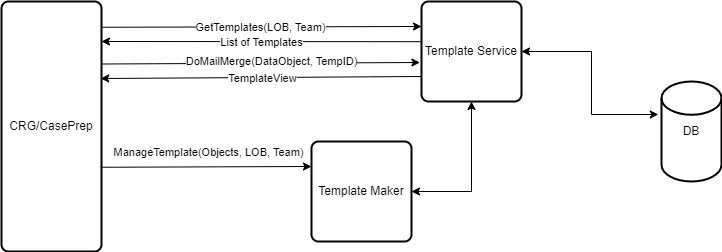
Before: Untitled Diagram.drawio.png, a diagram exported from draw.io (saravatpt/optumstufs). Source tidied: cells renumbered, new cells last; positions are measured from the earlier drawing's top-left corner, leaving out a move shared by most shapes.
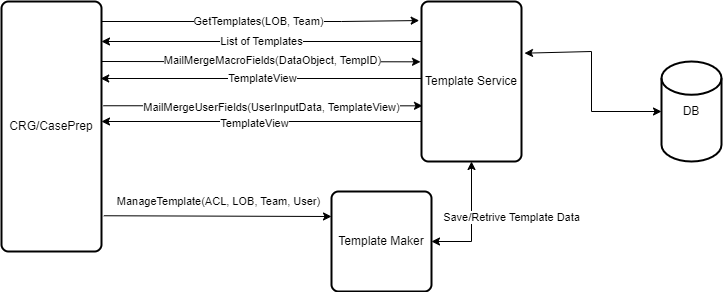
The same file after the commit.

Change to the diagram source:
```diff
@@ -6,15 +6,15 @@
       <mxGeometry width="100" height="250" as="geometry" />
     </mxCell>
     <mxCell id="3" value="DB" style="strokeWidth=2;html=1;shape=mxgraph.flowchart.database;whiteSpace=wrap;" parent="1" vertex="1">
-      <mxGeometry x="660" y="80" width="60" height="100" as="geometry" />
+      <mxGeometry x="660" y="60" width="60" height="100" as="geometry" />
     </mxCell>
     <mxCell id="4" value="Template Service" style="rounded=1;whiteSpace=wrap;html=1;absoluteArcSize=1;arcSize=14;strokeWidth=2;" parent="1" vertex="1">
-      <mxGeometry x="420" width="100" height="100" as="geometry" />
+      <mxGeometry x="420" width="100" height="160" as="geometry" />
     </mxCell>
     <mxCell id="5" value="Template Maker" style="rounded=1;whiteSpace=wrap;html=1;absoluteArcSize=1;arcSize=14;strokeWidth=2;" parent="1" vertex="1">
-      <mxGeometry x="310" y="140" width="100" height="100" as="geometry" />
+      <mxGeometry x="330" y="190" width="100" height="100" as="geometry" />
     </mxCell>
-    <mxCell id="6" style="endArrow=classic;html=1;rounded=0;exitX=0.008;exitY=0.402;exitDx=0;exitDy=0;exitPerimeter=0;" parent="1" edge="1" source="4">
+    <mxCell id="6" style="endArrow=classic;html=1;rounded=0;exitX=0;exitY=0.25;exitDx=0;exitDy=0;" parent="1" edge="1" source="4">
       <mxGeometry relative="1" as="geometry">
         <mxPoint x="100" y="40" as="targetPoint" />
       </mxGeometry>
@@ -24,52 +24,80 @@
         <mxPoint x="28" y="-2" as="offset" />
       </mxGeometry>
     </mxCell>
-    <mxCell id="8" style="endArrow=classic;html=1;rounded=0;exitX=1.008;exitY=0.103;exitDx=0;exitDy=0;exitPerimeter=0;entryX=0;entryY=0.25;entryDx=0;entryDy=0;" parent="1" edge="1" source="2" target="4">
-      <mxGeometry relative="1" as="geometry" />
+    <mxCell id="8" style="endArrow=classic;html=1;rounded=0;entryX=-0.023;entryY=0.119;entryDx=0;entryDy=0;entryPerimeter=0;" parent="1" edge="1" target="4">
+      <mxGeometry relative="1" as="geometry">
+        <mxPoint x="100" y="20" as="sourcePoint" />
+        <Array as="points">
+          <mxPoint x="340" y="20" />
+        </Array>
+      </mxGeometry>
     </mxCell>
     <mxCell id="9" value="GetTemplates(LOB, Team)" style="edgeLabel;html=1;align=center;verticalAlign=middle;" parent="8" vertex="1">
       <mxGeometry x="-0.17" y="1" relative="1" as="geometry">
         <mxPoint x="25" y="1" as="offset" />
       </mxGeometry>
     </mxCell>
-    <mxCell id="10" style="endArrow=classic;html=1;rounded=0;entryX=0;entryY=0.25;entryDx=0;entryDy=0;exitX=0.992;exitY=0.663;exitDx=0;exitDy=0;exitPerimeter=0;" parent="1" edge="1" source="2" target="5">
+    <mxCell id="10" style="endArrow=classic;html=1;rounded=0;entryX=0;entryY=0.25;entryDx=0;entryDy=0;exitX=1.023;exitY=0.857;exitDx=0;exitDy=0;exitPerimeter=0;" parent="1" edge="1" source="2" target="5">
       <mxGeometry relative="1" as="geometry" />
     </mxCell>
-    <mxCell id="11" value="ManageTemplate(Objects, LOB, Team)" style="edgeLabel;html=1;align=center;verticalAlign=middle;" parent="10" vertex="1">
+    <mxCell id="11" value="ManageTemplate(ACL, LOB, Team, User)" style="edgeLabel;html=1;align=center;verticalAlign=middle;" parent="10" vertex="1">
       <mxGeometry x="-0.25" y="-2" relative="1" as="geometry">
         <mxPoint x="28" y="-17" as="offset" />
       </mxGeometry>
     </mxCell>
-    <mxCell id="12" style="endArrow=classic;startArrow=classic;html=1;rounded=0;exitX=1;exitY=0.5;exitDx=0;exitDy=0;entryX=-0.053;entryY=0.33;entryDx=0;entryDy=0;entryPerimeter=0;" parent="1" edge="1" source="4" target="3">
+    <mxCell id="12" style="endArrow=classic;startArrow=classic;html=1;rounded=0;exitX=1.03;exitY=0.323;exitDx=0;exitDy=0;entryX=0;entryY=0.5;entryDx=0;entryDy=0;entryPerimeter=0;exitPerimeter=0;" parent="1" edge="1" source="4" target="3">
       <mxGeometry relative="1" as="geometry">
         <Array as="points">
           <mxPoint x="590" y="50" />
-          <mxPoint x="590" y="113" />
+          <mxPoint x="590" y="110" />
         </Array>
       </mxGeometry>
     </mxCell>
     <mxCell id="13" style="endArrow=classic;startArrow=classic;html=1;rounded=0;entryX=0.5;entryY=1;entryDx=0;entryDy=0;" parent="1" edge="1" source="5" target="4">
       <mxGeometry relative="1" as="geometry">
         <Array as="points">
-          <mxPoint x="470" y="190" />
+          <mxPoint x="470" y="240" />
         </Array>
       </mxGeometry>
     </mxCell>
+    <mxCell id="18" value="Save/Retrive Template Data" style="edgeLabel;html=1;align=center;verticalAlign=middle;" parent="13" vertex="1">
+      <mxGeometry x="0.07" relative="1" as="geometry">
+        <mxPoint x="40" as="offset" />
+      </mxGeometry>
+    </mxCell>
-    <mxCell id="14" style="endArrow=classic;html=1;rounded=0;entryX=-0.016;entryY=0.61;entryDx=0;entryDy=0;entryPerimeter=0;exitX=1;exitY=0.25;exitDx=0;exitDy=0;" parent="1" edge="1" source="2" target="4">
-      <mxGeometry relative="1" as="geometry" />
+    <mxCell id="14" style="endArrow=classic;html=1;rounded=0;entryX=-0.01;entryY=0.377;entryDx=0;entryDy=0;entryPerimeter=0;" parent="1" edge="1" target="4">
+      <mxGeometry relative="1" as="geometry">
+        <mxPoint x="100" y="60" as="sourcePoint" />
+      </mxGeometry>
     </mxCell>
-    <mxCell id="15" value="DoMailMerge(DataObject, TempID)" style="edgeLabel;html=1;align=center;verticalAlign=middle;" parent="14" vertex="1">
+    <mxCell id="15" value="MailMergeMacroFields(DataObject, TempID)" style="edgeLabel;html=1;align=center;verticalAlign=middle;" parent="14" vertex="1">
       <mxGeometry x="-0.26" y="1" relative="1" as="geometry">
         <mxPoint x="52" y="-1" as="offset" />
       </mxGeometry>
     </mxCell>
-    <mxCell id="16" style="endArrow=classic;html=1;rounded=0;entryX=0.992;entryY=0.308;entryDx=0;entryDy=0;entryPerimeter=0;exitX=0;exitY=0.75;exitDx=0;exitDy=0;" parent="1" edge="1" source="4" target="2">
-      <mxGeometry relative="1" as="geometry" />
+    <mxCell id="16" style="endArrow=classic;html=1;rounded=0;entryX=0.992;entryY=0.308;entryDx=0;entryDy=0;entryPerimeter=0;" parent="1" edge="1" target="2">
+      <mxGeometry relative="1" as="geometry">
+        <mxPoint x="420" y="77" as="sourcePoint" />
+      </mxGeometry>
     </mxCell>
     <mxCell id="17" value="TemplateView" style="edgeLabel;html=1;align=center;verticalAlign=middle;" parent="16" vertex="1">
       <mxGeometry x="0.17" relative="1" as="geometry">
         <mxPoint x="28" as="offset" />
       </mxGeometry>
     </mxCell>
+    <mxCell id="19" style="endArrow=classic;html=1;rounded=0;exitX=1.017;exitY=0.417;exitDx=0;exitDy=0;exitPerimeter=0;entryX=0.01;entryY=0.652;entryDx=0;entryDy=0;entryPerimeter=0;" parent="1" edge="1" source="2" target="4">
+      <mxGeometry relative="1" as="geometry" />
+    </mxCell>
+    <mxCell id="20" value="MailMergeUserFields(UserInputData, TemplateView)" style="edgeLabel;html=1;align=center;verticalAlign=middle;" parent="19" vertex="1">
+      <mxGeometry x="0.05" y="-1" relative="1" as="geometry" />
+    </mxCell>
+    <mxCell id="21" style="endArrow=classic;html=1;rounded=0;exitX=0;exitY=0.75;exitDx=0;exitDy=0;" parent="1" edge="1" source="4">
+      <mxGeometry relative="1" as="geometry">
+        <mxPoint x="100" y="120" as="targetPoint" />
+      </mxGeometry>
+    </mxCell>
+    <mxCell id="22" value="TemplateView" style="edgeLabel;html=1;align=center;verticalAlign=middle;" parent="21" vertex="1">
+      <mxGeometry x="0.05" y="2" relative="1" as="geometry" />
+    </mxCell>
   </root>
 </mxGraphModel>
```
